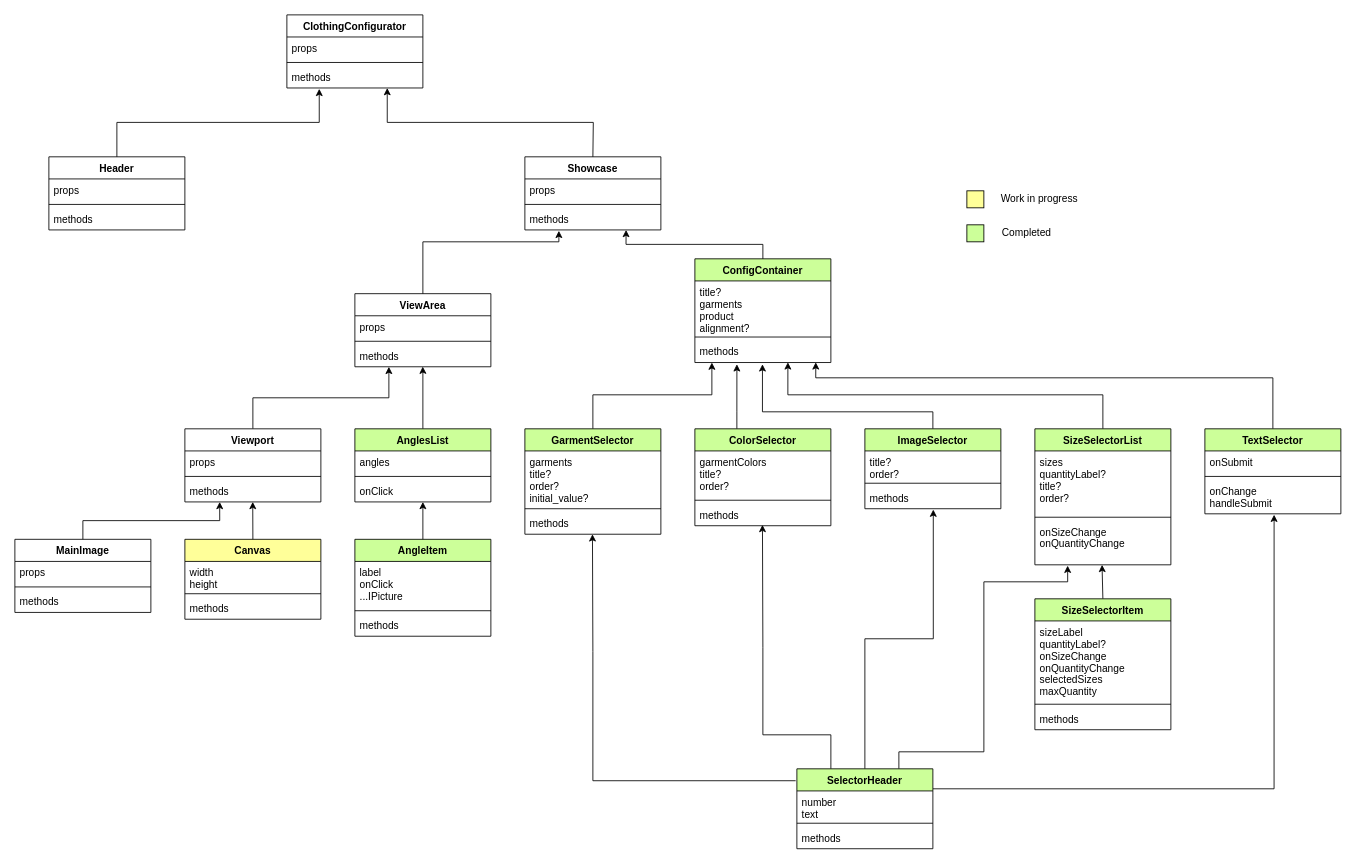
Above: angela/ClothingDesignDiagram.drawio in Casm101/coding-with-friends (draw.io), before the change. Source tidied: cells renumbered, new cells numbered last; positions are measured from the earlier drawing's top-left corner, leaving out a move shared by most shapes. Both pictures are drawn from the tidied source at 85%, with x=0, y=0 at pixel (14, 14).
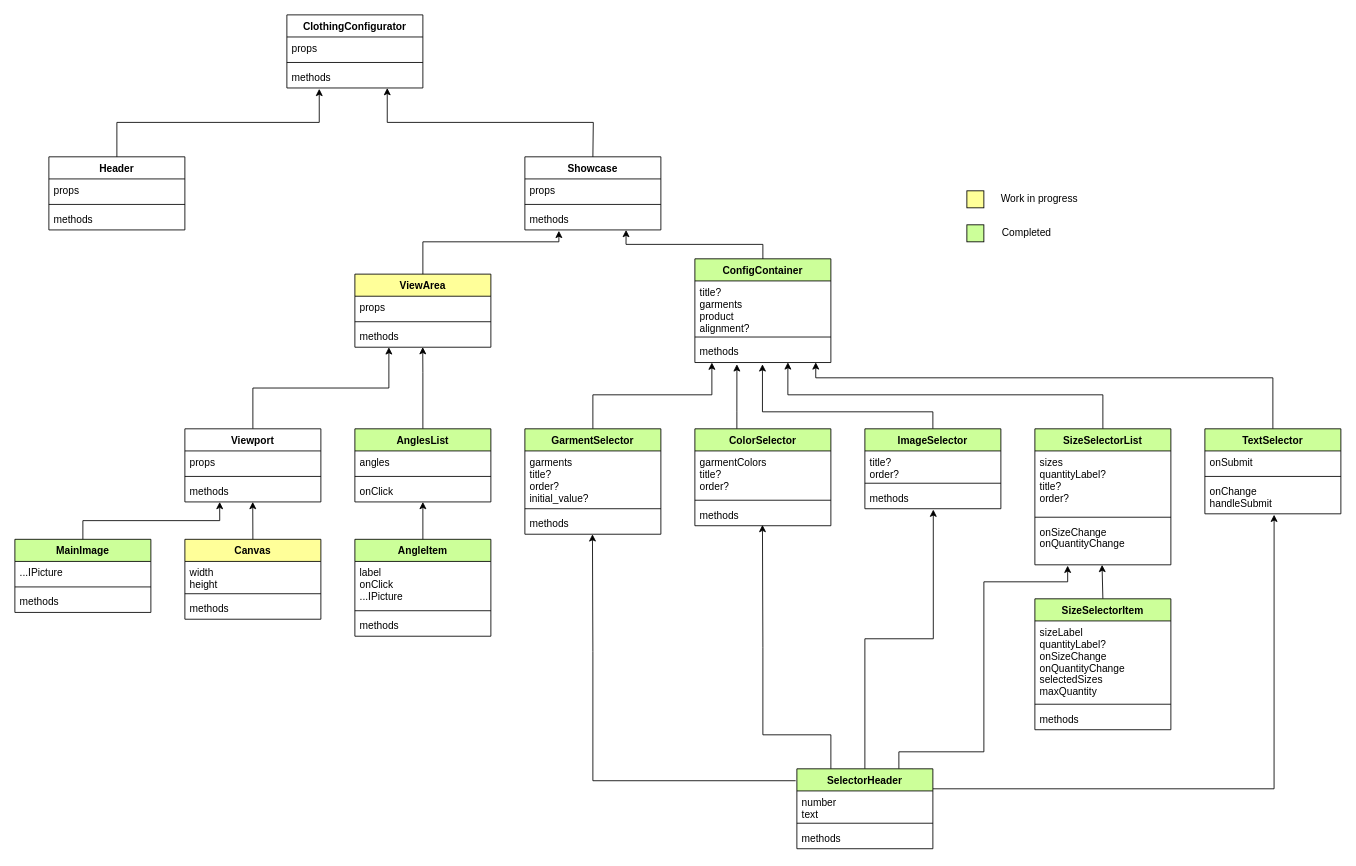
After the change.

The edit, as a diff of the source:
```diff
@@
-    <mxCell id="2" value="ViewArea" style="swimlane;fontStyle=1;align=center;verticalAlign=top;horizontal=1;startSize=26;" parent="1" vertex="1">
-      <mxGeometry x="400" y="328" width="160" height="86" as="geometry" />
+    <mxCell id="2" value="ViewArea" style="swimlane;fontStyle=1;align=center;verticalAlign=top;horizontal=1;startSize=26;fillColor=#FFFF99;" parent="1" vertex="1">
+      <mxGeometry x="400" y="305" width="160" height="86" as="geometry" />
     </mxCell>
@@
-    <mxCell id="50" value="MainImage" style="swimlane;fontStyle=1;align=center;verticalAlign=top;horizontal=1;startSize=26;" parent="1" vertex="1">
+    <mxCell id="50" value="MainImage" style="swimlane;fontStyle=1;align=center;verticalAlign=top;horizontal=1;startSize=26;fillColor=#CCFF99;" parent="1" vertex="1">
       <mxGeometry y="617" width="160" height="86" as="geometry" />
     </mxCell>
-    <mxCell id="51" value="props" style="text;strokeColor=none;fillColor=none;align=left;verticalAlign=top;spacingLeft=4;spacingRight=4;overflow=hidden;" parent="50" vertex="1">
+    <mxCell id="51" value="...IPicture" style="text;strokeColor=none;fillColor=none;align=left;verticalAlign=top;spacingLeft=4;spacingRight=4;overflow=hidden;" parent="50" vertex="1">
       <mxGeometry y="26" width="160" height="26" as="geometry" />
     </mxCell>
```
